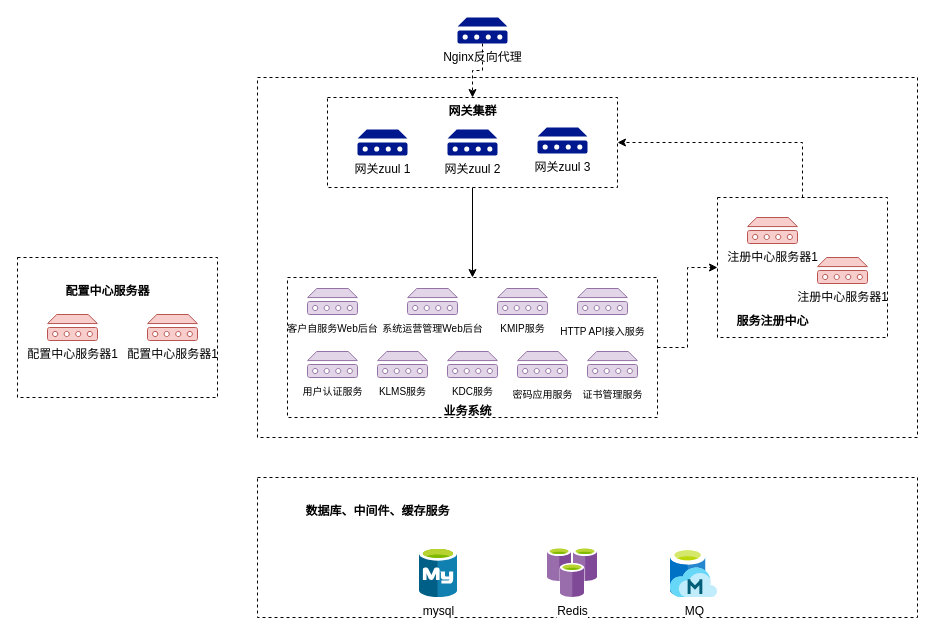
The draw.io diagram cloud-arch.drawio in twoconk/guaniu, before the edit. Source tidied: cells renumbered, new cells numbered last; positions are measured from the earlier drawing's top-left corner, leaving out a move shared by most shapes. Both pictures are drawn from the tidied source at 100%, with x=0, y=0 at pixel (17, 17).
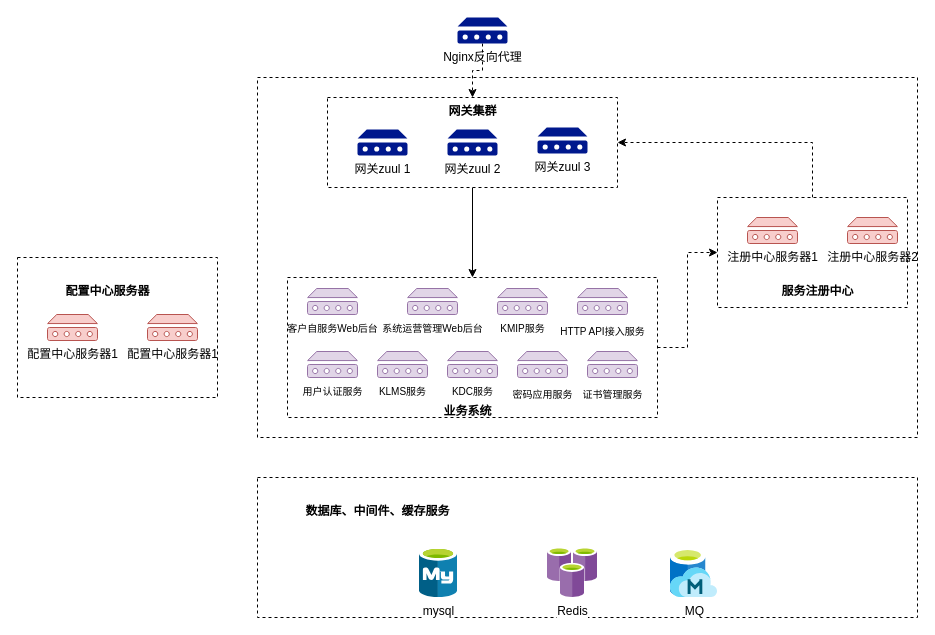
Above is the later version.

Change to the diagram source:
```diff
@@
     <mxCell id="14" style="rounded=0;whiteSpace=wrap;html=1;dashed=1;" parent="1" vertex="1">
-      <mxGeometry x="700" y="180" width="170" height="140" as="geometry" />
+      <mxGeometry x="700" y="180" width="190" height="110" as="geometry" />
     </mxCell>
     <mxCell id="15" value="&lt;span style=&quot;font-size: 12px&quot;&gt;服务注册中心&lt;/span&gt;" style="text;strokeColor=none;fillColor=none;html=1;fontSize=24;fontStyle=1;verticalAlign=middle;align=center;dashed=1;" parent="1" vertex="1">
-      <mxGeometry x="675" y="280" width="160" height="40" as="geometry" />
+      <mxGeometry x="720" y="250" width="160" height="40" as="geometry" />
     </mxCell>
@@
-    <mxCell id="27" value="注册中心服务器1" style="shadow=0;dashed=0;html=1;strokeColor=#b85450;labelPosition=center;verticalLabelPosition=bottom;verticalAlign=top;align=center;fillColor=#f8cecc;shape=mxgraph.mscae.enterprise.device;" parent="1" vertex="1">
-      <mxGeometry x="800" y="240" width="50" height="26" as="geometry" />
+    <mxCell id="27" value="注册中心服务器2" style="shadow=0;dashed=0;html=1;strokeColor=#b85450;labelPosition=center;verticalLabelPosition=bottom;verticalAlign=top;align=center;fillColor=#f8cecc;shape=mxgraph.mscae.enterprise.device;" parent="1" vertex="1">
+      <mxGeometry x="830" y="200" width="50" height="26" as="geometry" />
     </mxCell>
```
